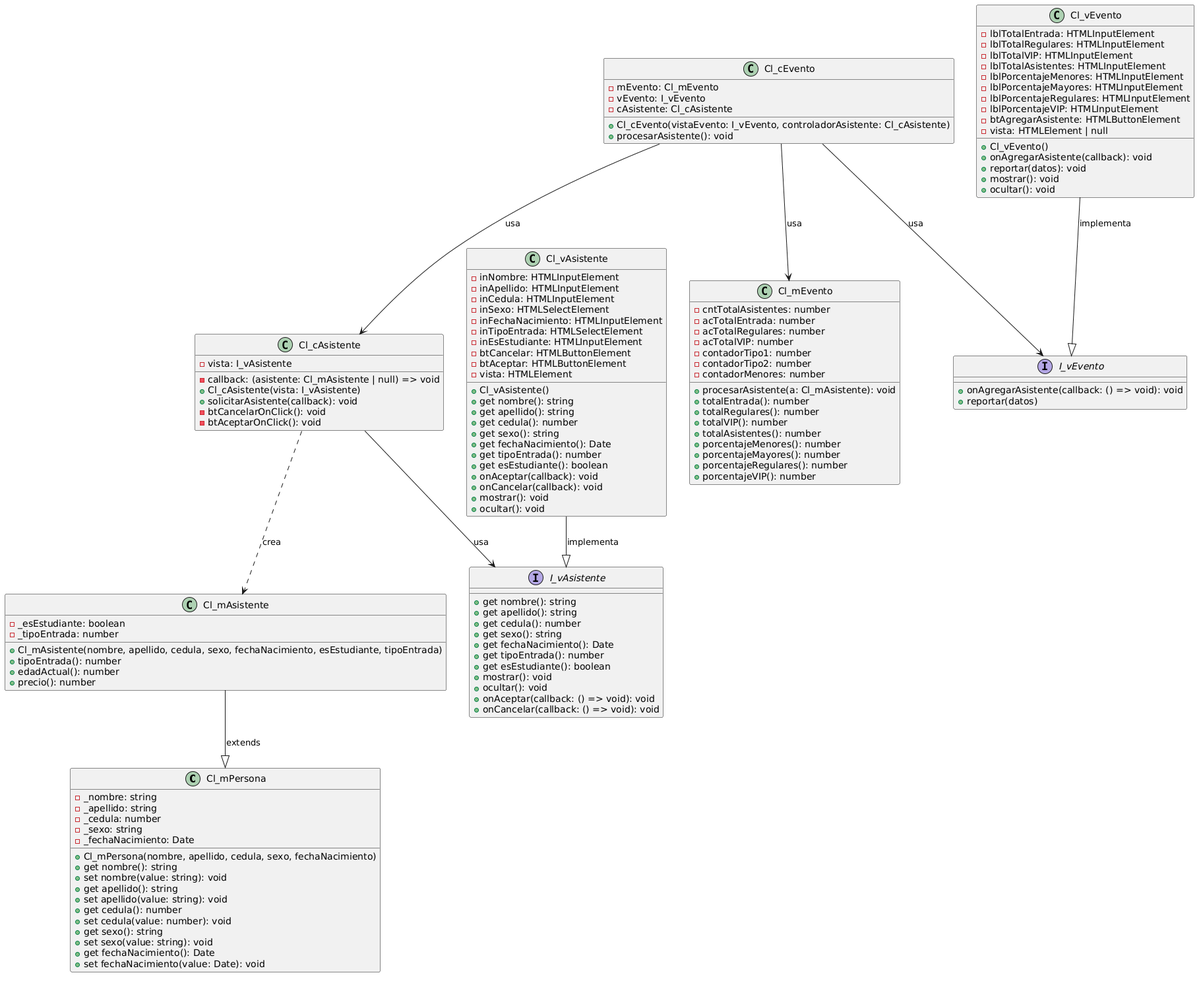
Earlier version of the PlantUML export resources/UML.png (adrianacostx/l26-1-p-c2-04-gestion-de-asistentes). Its diagram source:
```plantuml
@startuml


class Cl_mPersona {
  - _nombre: string
  - _apellido: string
  - _cedula: number
  - _sexo: string
  - _fechaNacimiento: Date
  + Cl_mPersona(nombre, apellido, cedula, sexo, fechaNacimiento)
  + get nombre(): string
  + set nombre(value: string): void
  + get apellido(): string
  + set apellido(value: string): void
  + get cedula(): number
  + set cedula(value: number): void
  + get sexo(): string
  + set sexo(value: string): void
  + get fechaNacimiento(): Date
  + set fechaNacimiento(value: Date): void
}

class Cl_mAsistente {
  - _esEstudiante: boolean
  - _tipoEntrada: number
  + Cl_mAsistente(nombre, apellido, cedula, sexo, fechaNacimiento, esEstudiante, tipoEntrada)
  + tipoEntrada(): number
  + edadActual(): number
  + precio(): number
}

Cl_mAsistente --|> Cl_mPersona : extends

class Cl_mEvento {
  - cntTotalAsistentes: number
  - acTotalEntrada: number
  - acTotalRegulares: number
  - acTotalVIP: number
  - contadorTipo1: number
  - contadorTipo2: number
  - contadorMenores: number
  + procesarAsistente(a: Cl_mAsistente): void
  + totalEntrada(): number
  + totalRegulares(): number
  + totalVIP(): number
  + totalAsistentes(): number
  + porcentajeMenores(): number
  + porcentajeMayores(): number
  + porcentajeRegulares(): number
  + porcentajeVIP(): number
}

interface I_vAsistente {
  + get nombre(): string
  + get apellido(): string
  + get cedula(): number
  + get sexo(): string
  + get fechaNacimiento(): Date
  + get tipoEntrada(): number
  + get esEstudiante(): boolean
  + mostrar(): void
  + ocultar(): void
  + onAceptar(callback: () => void): void
  + onCancelar(callback: () => void): void
}

interface I_vEvento {
  + onAgregarAsistente(callback: () => void): void
  + reportar(datos)
}

class Cl_vAsistente {
  - inNombre: HTMLInputElement
  - inApellido: HTMLInputElement
  - inCedula: HTMLInputElement
  - inSexo: HTMLSelectElement
  - inFechaNacimiento: HTMLInputElement
  - inTipoEntrada: HTMLSelectElement
  - inEsEstudiante: HTMLInputElement
  - btCancelar: HTMLButtonElement
  - btAceptar: HTMLButtonElement
  - vista: HTMLElement
  + Cl_vAsistente()
  + get nombre(): string
  + get apellido(): string
  + get cedula(): number
  + get sexo(): string
  + get fechaNacimiento(): Date
  + get tipoEntrada(): number
  + get esEstudiante(): boolean
  + onAceptar(callback): void
  + onCancelar(callback): void
  + mostrar(): void
  + ocultar(): void
}

class Cl_vEvento {
  - lblTotalEntrada: HTMLInputElement
  - lblTotalRegulares: HTMLInputElement
  - lblTotalVIP: HTMLInputElement
  - lblTotalAsistentes: HTMLInputElement
  - lblPorcentajeMenores: HTMLInputElement
  - lblPorcentajeMayores: HTMLInputElement
  - lblPorcentajeRegulares: HTMLInputElement
  - lblPorcentajeVIP: HTMLInputElement
  - btAgregarAsistente: HTMLButtonElement
  - vista: HTMLElement | null
  + Cl_vEvento()
  + onAgregarAsistente(callback): void
  + reportar(datos): void
  + mostrar(): void
  + ocultar(): void
}

Cl_vAsistente --|> I_vAsistente : implementa
Cl_vEvento --|> I_vEvento : implementa

class Cl_cAsistente {
  - vista: I_vAsistente
  - callback: (asistente: Cl_mAsistente | null) => void
  + Cl_cAsistente(vista: I_vAsistente)
  + solicitarAsistente(callback): void
  - btCancelarOnClick(): void
  - btAceptarOnClick(): void
}

class Cl_cEvento {
  - mEvento: Cl_mEvento
  - vEvento: I_vEvento
  - cAsistente: Cl_cAsistente
  + Cl_cEvento(vistaEvento: I_vEvento, controladorAsistente: Cl_cAsistente)
  + procesarAsistente(): void
}

Cl_cAsistente --> I_vAsistente : usa
Cl_cAsistente ..> Cl_mAsistente : crea
Cl_cEvento --> Cl_mEvento : usa
Cl_cEvento --> I_vEvento : usa
Cl_cEvento --> Cl_cAsistente : usa
@enduml
```
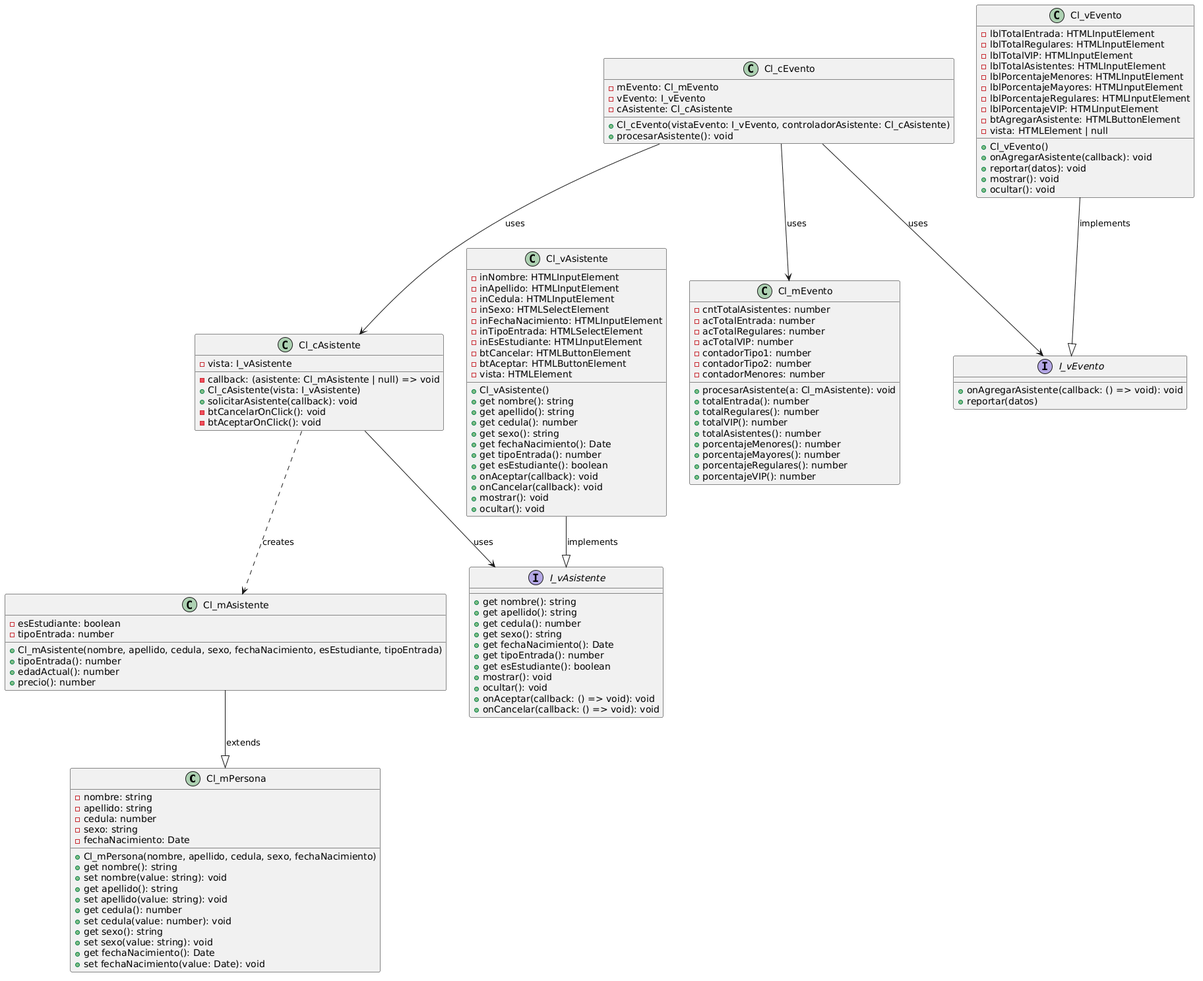
Later version of the same file.

Commit message:
Se agregaron los archivos UML.png y análisis.png al repositorio.

The edit, as a diff of the source:
```diff
@@ -1,12 +1,10 @@
 @startuml
-
-
 class Cl_mPersona {
-  - _nombre: string
-  - _apellido: string
-  - _cedula: number
-  - _sexo: string
-  - _fechaNacimiento: Date
+  - nombre: string
+  - apellido: string
+  - cedula: number
+  - sexo: string
+  - fechaNacimiento: Date
   + Cl_mPersona(nombre, apellido, cedula, sexo, fechaNacimiento)
   + get nombre(): string
   + set nombre(value: string): void
@@ -21,8 +19,8 @@
 }
 
 class Cl_mAsistente {
-  - _esEstudiante: boolean
-  - _tipoEntrada: number
+  - esEstudiante: boolean
+  - tipoEntrada: number
   + Cl_mAsistente(nombre, apellido, cedula, sexo, fechaNacimiento, esEstudiante, tipoEntrada)
   + tipoEntrada(): number
   + edadActual(): number
@@ -112,8 +110,8 @@
   + ocultar(): void
 }
 
-Cl_vAsistente --|> I_vAsistente : implementa
-Cl_vEvento --|> I_vEvento : implementa
+Cl_vAsistente --|> I_vAsistente : implements
+Cl_vEvento --|> I_vEvento : implements
 
 class Cl_cAsistente {
   - vista: I_vAsistente
@@ -132,9 +130,9 @@
   + procesarAsistente(): void
 }
 
-Cl_cAsistente --> I_vAsistente : usa
-Cl_cAsistente ..> Cl_mAsistente : crea
-Cl_cEvento --> Cl_mEvento : usa
-Cl_cEvento --> I_vEvento : usa
-Cl_cEvento --> Cl_cAsistente : usa
+Cl_cAsistente --> I_vAsistente : uses
+Cl_cAsistente ..> Cl_mAsistente : creates
+Cl_cEvento --> Cl_mEvento : uses
+Cl_cEvento --> I_vEvento : uses
+Cl_cEvento --> Cl_cAsistente : uses
 @enduml
```
